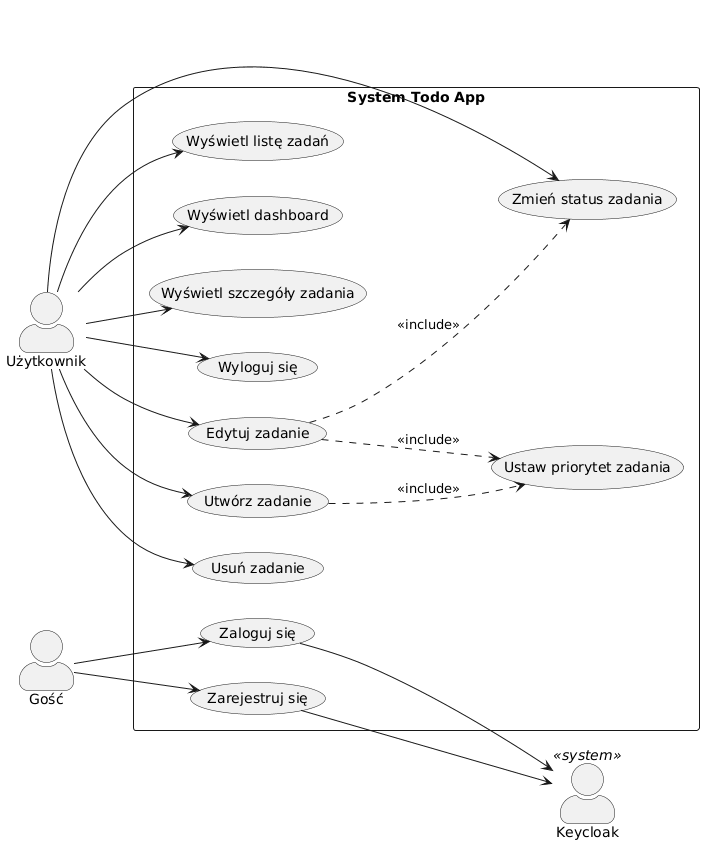
Earlier version of the PlantUML export diagrams/przypadki_uzycia.png (codingbart/todoapp).
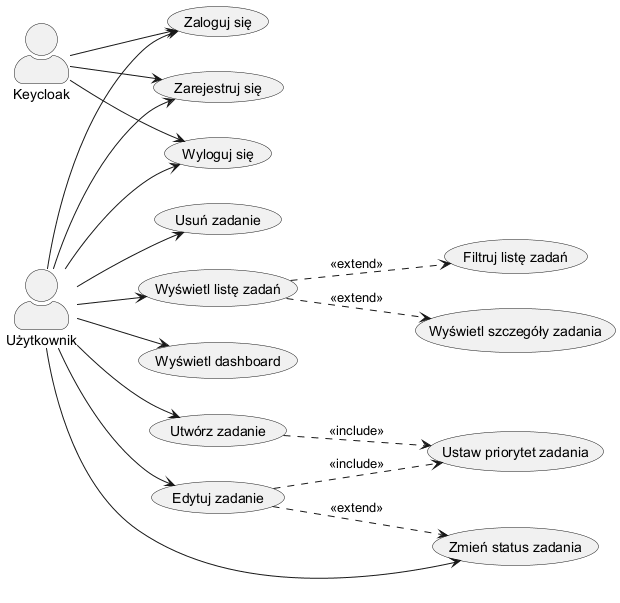
The same diagram one commit later.

The edit, as a diff of the source:
```diff
@@ -3,40 +3,39 @@
 skinparam actorStyle awesome
 
 actor "Użytkownik" as User
-actor "Gość" as Guest
-actor "Keycloak" as KC <<system>>
+actor "Keycloak" as KC
 
-rectangle "System Todo App" {
-    usecase "Zaloguj się" as UC1
-    usecase "Zarejestruj się" as UC2
-    usecase "Wyloguj się" as UC3
-    usecase "Utwórz zadanie" as UC4
-    usecase "Edytuj zadanie" as UC5
-    usecase "Usuń zadanie" as UC6
-    usecase "Wyświetl listę zadań" as UC7
-    usecase "Wyświetl dashboard" as UC11
-    usecase "Wyświetl szczegóły zadania" as UC12
-    usecase "Zmień status zadania" as UC13
-    usecase "Ustaw priorytet zadania" as UC14
-}
+usecase "Zaloguj się" as UC1
+usecase "Zarejestruj się" as UC2
+usecase "Wyloguj się" as UC3
+usecase "Utwórz zadanie" as UC4
+usecase "Edytuj zadanie" as UC5
+usecase "Usuń zadanie" as UC6
+usecase "Wyświetl listę zadań" as UC7
+usecase "Filtruj listę zadań" as UC8
+usecase "Wyświetl dashboard" as UC11
+usecase "Wyświetl szczegóły zadania" as UC12
+usecase "Zmień status zadania" as UC13
+usecase "Ustaw priorytet zadania" as UC14
 
-Guest --> UC1
-Guest --> UC2
-
+User --> UC1
+User --> UC2
 User --> UC3
 User --> UC4
 User --> UC5
 User --> UC6
 User --> UC7
 User --> UC11
-User --> UC12
 User --> UC13
 
 UC4 ..> UC14 : <<include>>
-UC5 ..> UC13 : <<include>>
 UC5 ..> UC14 : <<include>>
+UC5 ..> UC13 : <<extend>>
+UC7 ..> UC8 : <<extend>>
+UC7 ..> UC12 : <<extend>>
 
-UC1 --> KC
-UC2 --> KC
+KC --> UC1
+KC --> UC2
+KC --> UC3
 
 @enduml
```
